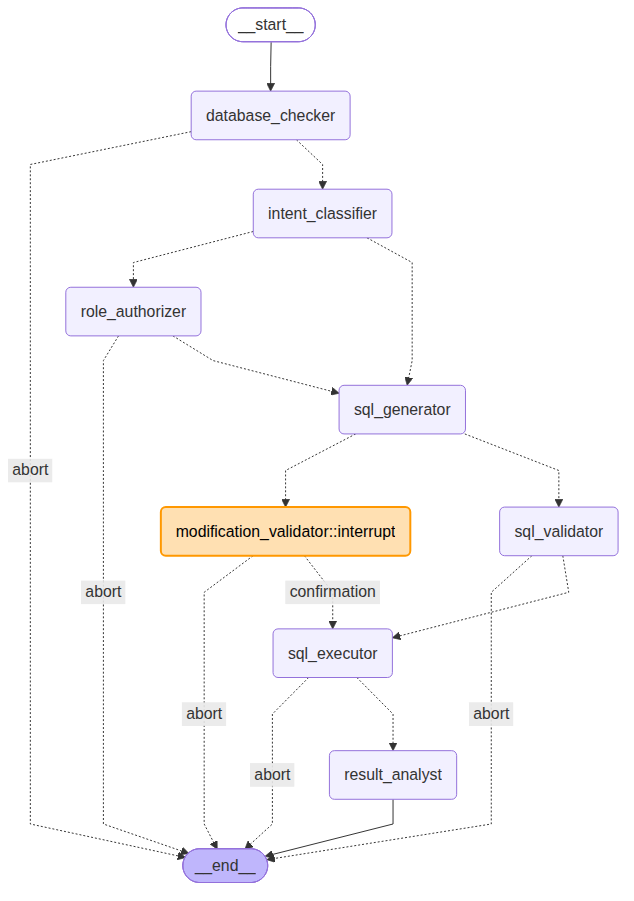
This is docs/graph.png from victorhaguet/sql-analyser-copilot, a Mermaid export, as it was before one commit. Its source is kept beside it as docs/graph.mermaid.
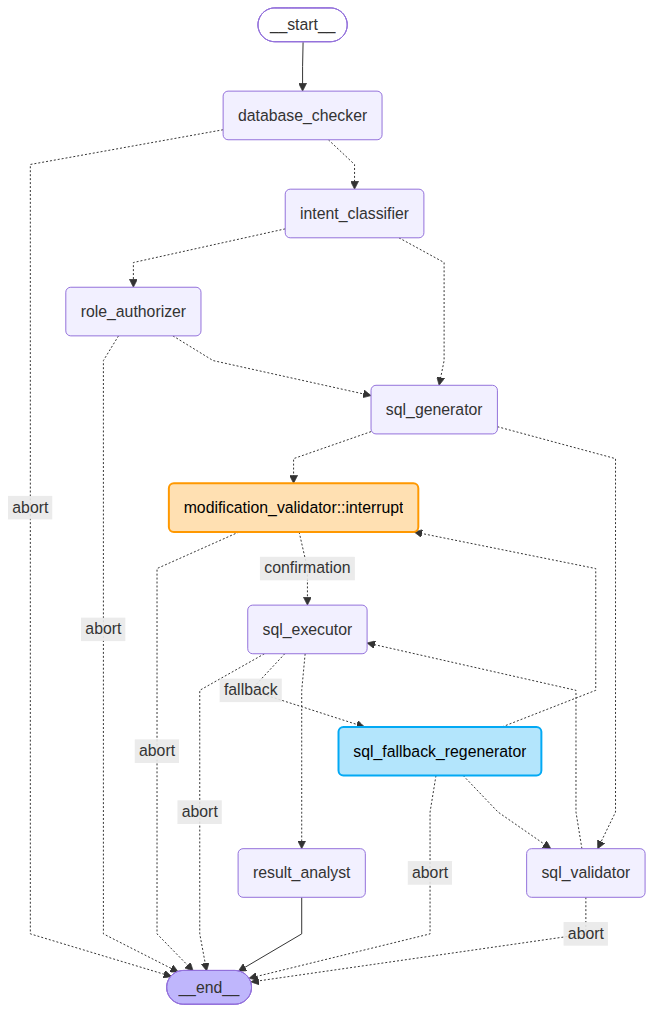
After the change.

Commit message:
docs(README.md): Update the README.md file and the doc graph to show the fallback strategy

Change to the diagram source:
```diff
@@ -12,6 +12,7 @@
 	sql_validator(sql_validator)
 	modification_validator(modification_validator::interrupt)
 	sql_executor(sql_executor)
+	sql_fallback_regenerator(sql_fallback_regenerator)
 	result_analyst(result_analyst)
 	__end__([<p>__end__</p>]):::last
 	__start__ --> database_checker;
@@ -24,7 +25,11 @@
 	role_authorizer -. &nbsp;abort&nbsp; .-> __end__;
 	role_authorizer -.-> sql_generator;
 	sql_executor -. &nbsp;abort&nbsp; .-> __end__;
+	sql_executor -. &nbsp;fallback&nbsp; .-> sql_fallback_regenerator;
 	sql_executor -.-> result_analyst;
+	sql_fallback_regenerator -. &nbsp;abort&nbsp; .-> __end__;
+	sql_fallback_regenerator -.-> modification_validator;
+	sql_fallback_regenerator -.-> sql_validator;
 	sql_generator -.-> modification_validator;
 	sql_generator -.-> sql_validator;
 	sql_validator -. &nbsp;abort&nbsp; .-> __end__;
@@ -34,4 +39,6 @@
 	classDef first fill-opacity:0
 	classDef last fill:#bfb6fc
 	classDef interrupt fill:#ffe0b2,stroke:#ff9800,stroke-width:2px,color:#000
+	classDef fallback fill:#b3e5fc,stroke:#03a9f4,stroke-width:2px,color:#000
 	class modification_validator interrupt
+	class sql_fallback_regenerator fallback
```
